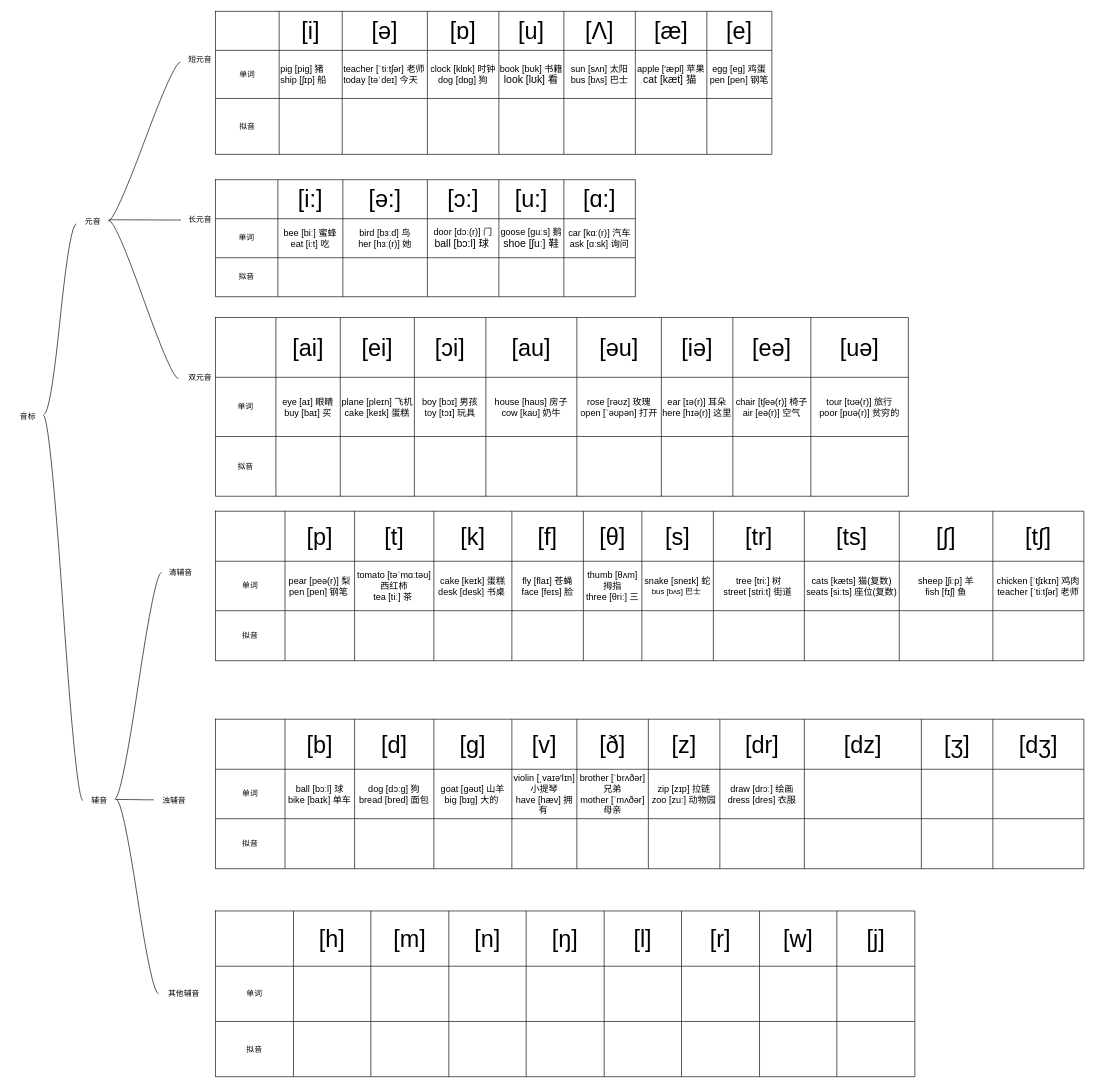
gituserc123/HelloWorld keeps this draw.io diagram as page "第 2 页" (2 of 2) of 未命名表单.drawio. Above is the earlier version. Source tidied: cells renumbered, new cells numbered last; positions are measured from the earlier drawing's top-left corner, leaving out a move shared by most shapes. Both pictures are drawn from the tidied source at 65%, with x=0, y=0 at pixel (11, 11).
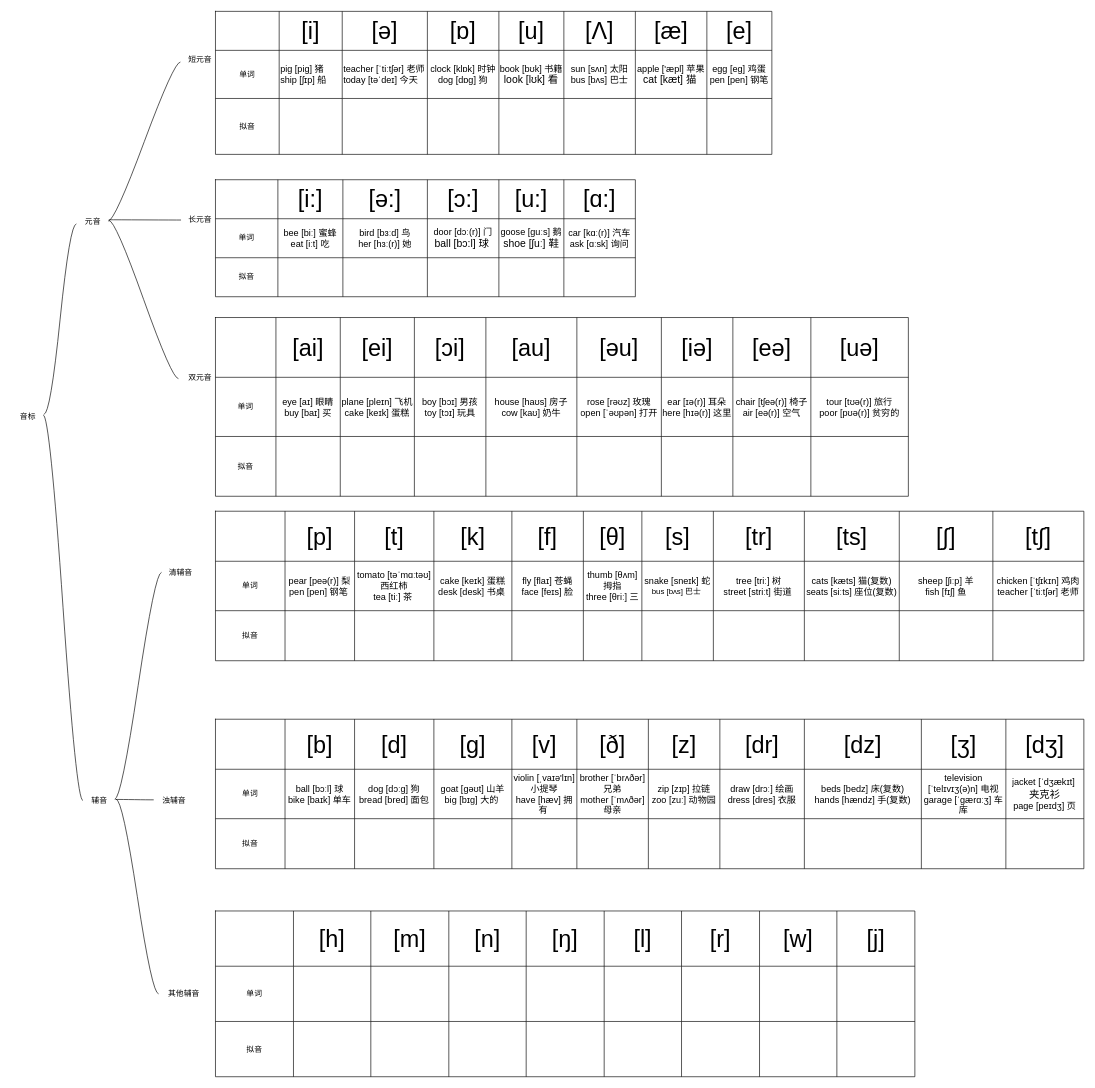
The same page after the edit.

Commit message (it also covers changes not shown here):
更新未命名表单.drawio

The change refers to these unchanged cells:
```xml
<mxCell id="138" style="shape=tableRow;horizontal=0;startSize=0;swimlaneHead=0;swimlaneBody=0;strokeColor=inherit;top=0;left=0;bottom=0;right=0;fillColor=none;" parent="137" vertex="1">
  <mxGeometry width="1336" height="77" as="geometry" />
</mxCell>
<mxCell id="150" style="shape=tableRow;horizontal=0;startSize=0;swimlaneHead=0;swimlaneBody=0;strokeColor=inherit;top=0;left=0;bottom=0;right=0;fillColor=none;" parent="137" vertex="1">
  <mxGeometry y="77" width="1336" height="76" as="geometry" />
</mxCell>
<mxCell id="162" style="shape=tableRow;horizontal=0;startSize=0;swimlaneHead=0;swimlaneBody=0;strokeColor=inherit;top=0;left=0;bottom=0;right=0;fillColor=none;" parent="137" vertex="1">
  <mxGeometry y="153" width="1336" height="77" as="geometry" />
</mxCell>
```

Change to the diagram source:
```diff
@@
     <mxCell id="148" value="&lt;font style=&quot;font-size: 36px;&quot;&gt;[ʒ]&lt;/font&gt;" style="shape=partialRectangle;html=1;whiteSpace=wrap;strokeColor=inherit;overflow=hidden;fillColor=none;top=0;left=0;bottom=0;right=0;" parent="138" vertex="1">
-      <mxGeometry x="1086" width="110" height="77" as="geometry" />
+      <mxGeometry x="1086" width="130" height="77" as="geometry" />
     </mxCell>
     <mxCell id="149" value="&lt;font style=&quot;font-size: 36px;&quot;&gt;[dʒ]&lt;/font&gt;" style="shape=partialRectangle;html=1;whiteSpace=wrap;strokeColor=inherit;overflow=hidden;fillColor=none;top=0;left=0;bottom=0;right=0;" parent="138" vertex="1">
-      <mxGeometry x="1196" width="140" height="77" as="geometry" />
+      <mxGeometry x="1216" width="120" height="77" as="geometry" />
     </mxCell>
@@
-    <mxCell id="159" style="shape=partialRectangle;html=1;whiteSpace=wrap;strokeColor=inherit;overflow=hidden;fillColor=none;top=0;left=0;bottom=0;right=0;" parent="150" vertex="1">
+    <mxCell id="159" value="&lt;div&gt;&lt;font style=&quot;font-size: 14px;&quot;&gt;beds [bedz] 床(复数)&lt;/font&gt;&lt;/div&gt;&lt;div&gt;&lt;font style=&quot;font-size: 14px;&quot;&gt;hands [hændz] 手(复数)&lt;/font&gt;&lt;/div&gt;" style="shape=partialRectangle;html=1;whiteSpace=wrap;strokeColor=inherit;overflow=hidden;fillColor=none;top=0;left=0;bottom=0;right=0;" parent="150" vertex="1">
       <mxGeometry x="906" width="180" height="76" as="geometry" />
     </mxCell>
-    <mxCell id="160" style="shape=partialRectangle;html=1;whiteSpace=wrap;strokeColor=inherit;overflow=hidden;fillColor=none;top=0;left=0;bottom=0;right=0;" parent="150" vertex="1">
-      <mxGeometry x="1086" width="110" height="76" as="geometry" />
+    <mxCell id="160" value="&lt;div&gt;&lt;font style=&quot;font-size: 14px;&quot;&gt;television [ˈtelɪvɪʒ(ə)n] 电视&lt;/font&gt;&lt;/div&gt;&lt;div&gt;&lt;font style=&quot;font-size: 14px;&quot;&gt;garage [ˈɡærɑːʒ] 车库&lt;/font&gt;&lt;/div&gt;" style="shape=partialRectangle;html=1;whiteSpace=wrap;strokeColor=inherit;overflow=hidden;fillColor=none;top=0;left=0;bottom=0;right=0;" parent="150" vertex="1">
+      <mxGeometry x="1086" width="130" height="76" as="geometry" />
     </mxCell>
-    <mxCell id="161" style="shape=partialRectangle;html=1;whiteSpace=wrap;strokeColor=inherit;overflow=hidden;fillColor=none;top=0;left=0;bottom=0;right=0;" parent="150" vertex="1">
-      <mxGeometry x="1196" width="140" height="76" as="geometry" />
+    <mxCell id="161" value="&lt;div&gt;&lt;font style=&quot;font-size: 14px;&quot;&gt;jacket [ˈdʒækɪt]&amp;nbsp;&lt;/font&gt;&lt;/div&gt;&lt;font size=&quot;3&quot;&gt;夹克衫&lt;/font&gt;&lt;div&gt;&lt;font style=&quot;font-size: 14px;&quot;&gt;page [peɪdʒ] 页&lt;/font&gt;&lt;/div&gt;" style="shape=partialRectangle;html=1;whiteSpace=wrap;strokeColor=inherit;overflow=hidden;fillColor=none;top=0;left=0;bottom=0;right=0;" parent="150" vertex="1">
+      <mxGeometry x="1216" width="120" height="76" as="geometry" />
     </mxCell>
@@
     <mxCell id="172" style="shape=partialRectangle;html=1;whiteSpace=wrap;strokeColor=inherit;overflow=hidden;fillColor=none;top=0;left=0;bottom=0;right=0;" parent="162" vertex="1">
-      <mxGeometry x="1086" width="110" height="77" as="geometry" />
+      <mxGeometry x="1086" width="130" height="77" as="geometry" />
     </mxCell>
     <mxCell id="173" style="shape=partialRectangle;html=1;whiteSpace=wrap;strokeColor=inherit;overflow=hidden;fillColor=none;top=0;left=0;bottom=0;right=0;" parent="162" vertex="1">
-      <mxGeometry x="1196" width="140" height="77" as="geometry" />
+      <mxGeometry x="1216" width="120" height="77" as="geometry" />
     </mxCell>
```
